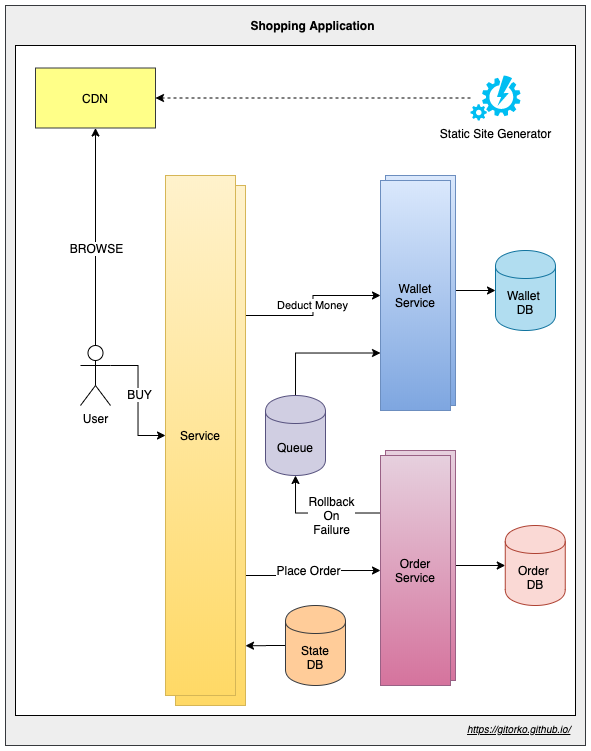
This is post/grokking-the-system-design-interview/shopping-application.png from gitorko/gitorko.github.io, a draw.io export, as it was before one commit. Source tidied: cells renumbered, new cells last; positions are measured from the earlier drawing's top-left corner, leaving out a move shared by most shapes.
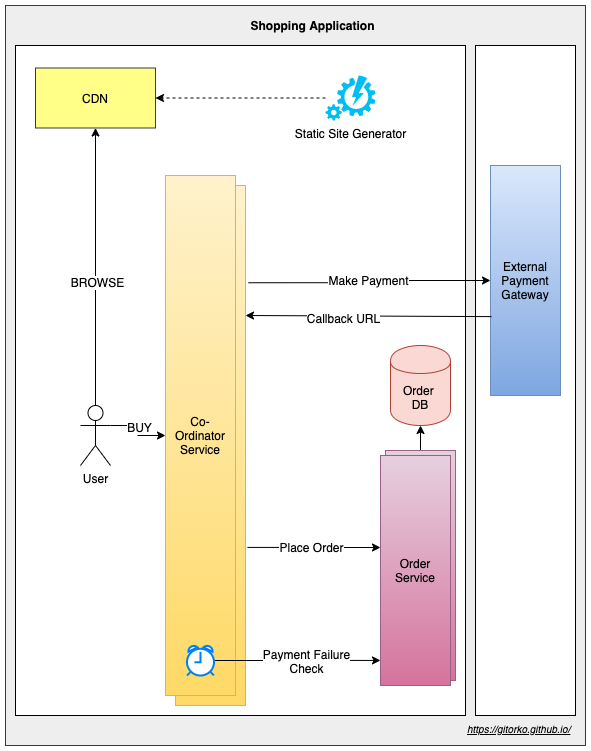
After the commit.

Diff of the diagram source:
```diff
@@ -5,8 +5,11 @@
     <mxCell id="2" style="rounded=0;whiteSpace=wrap;html=1;fillColor=#eeeeee;strokeColor=#36393d;" parent="1" vertex="1">
       <mxGeometry width="580" height="740" as="geometry" />
     </mxCell>
+    <mxCell id="33" style="rounded=0;whiteSpace=wrap;html=1;" parent="1" vertex="1">
+      <mxGeometry x="470" y="40" width="100" height="670" as="geometry" />
+    </mxCell>
     <mxCell id="3" style="rounded=0;whiteSpace=wrap;html=1;" parent="1" vertex="1">
-      <mxGeometry x="10" y="40" width="560" height="670" as="geometry" />
+      <mxGeometry x="10" y="40" width="450" height="670" as="geometry" />
     </mxCell>
     <mxCell id="4" style="edgeStyle=orthogonalEdgeStyle;rounded=0;jettySize=auto;html=1;" parent="1" edge="1" source="8" target="28">
       <mxGeometry relative="1" as="geometry" />
@@ -21,9 +24,9 @@
       <mxGeometry x="-0.1" y="1" relative="1" as="geometry" />
     </mxCell>
     <mxCell id="8" value="User" style="shape=umlActor;verticalLabelPosition=bottom;labelBackgroundColor=#ffffff;verticalAlign=top;html=1;outlineConnect=0;" parent="1" vertex="1">
-      <mxGeometry x="75" y="340" width="30" height="60" as="geometry" />
+      <mxGeometry x="75" y="400" width="30" height="60" as="geometry" />
     </mxCell>
-    <mxCell id="9" style="edgeStyle=orthogonalEdgeStyle;rounded=0;jettySize=auto;html=1;exitX=1;exitY=0.75;exitDx=0;exitDy=0;entryX=0;entryY=0.5;entryDx=0;entryDy=0;" parent="1" edge="1" source="12" target="25">
+    <mxCell id="9" style="edgeStyle=orthogonalEdgeStyle;rounded=0;jettySize=auto;html=1;exitX=1.029;exitY=0.696;exitDx=0;exitDy=0;entryX=0;entryY=0.4;entryDx=0;entryDy=0;exitPerimeter=0;entryPerimeter=0;" parent="1" edge="1" source="12" target="25">
       <mxGeometry relative="1" as="geometry" />
     </mxCell>
     <mxCell id="10" value="Place Order" style="text;html=1;align=center;verticalAlign=middle;labelBackgroundColor=#ffffff;" parent="9" vertex="1">
@@ -31,7 +34,7 @@
         <mxPoint x="-17" y="-1" as="offset" />
       </mxGeometry>
     </mxCell>
-    <mxCell id="11" value="Deduct Money" style="edgeStyle=orthogonalEdgeStyle;rounded=0;jettySize=auto;html=1;exitX=1;exitY=0.25;exitDx=0;exitDy=0;" parent="1" edge="1" source="12" target="22">
+    <mxCell id="11" value="&lt;font style=&quot;font-size: 12px&quot;&gt;Make Payment&lt;/font&gt;" style="edgeStyle=orthogonalEdgeStyle;rounded=0;jettySize=auto;html=1;exitX=1.043;exitY=0.187;exitDx=0;exitDy=0;exitPerimeter=0;" parent="1" edge="1" source="12" target="22">
       <mxGeometry relative="1" as="geometry" />
     </mxCell>
     <mxCell id="12" value="Service" style="rounded=0;whiteSpace=wrap;html=1;gradientColor=#ffd966;fillColor=#fff2cc;strokeColor=#d6b656;" parent="1" vertex="1">
@@ -43,36 +46,21 @@
     <mxCell id="14" value="&lt;i&gt;&lt;u&gt;&lt;font style=&quot;font-size: 10px&quot;&gt;https://gitorko.github.io/&lt;/font&gt;&lt;/u&gt;&lt;/i&gt;" style="text;html=1;" parent="1" vertex="1">
       <mxGeometry x="460" y="710" width="110" height="30" as="geometry" />
     </mxCell>
-    <mxCell id="15" value="Service" style="rounded=0;whiteSpace=wrap;html=1;gradientColor=#ffd966;fillColor=#fff2cc;strokeColor=#d6b656;" parent="1" vertex="1">
+    <mxCell id="15" value="Co-Ordinator Service" style="rounded=0;whiteSpace=wrap;html=1;gradientColor=#ffd966;fillColor=#fff2cc;strokeColor=#d6b656;" parent="1" vertex="1">
       <mxGeometry x="160" y="170" width="70" height="520" as="geometry" />
     </mxCell>
-    <mxCell id="16" style="edgeStyle=orthogonalEdgeStyle;rounded=0;jettySize=auto;html=1;" parent="1" edge="1" source="17" target="20">
-      <mxGeometry relative="1" as="geometry" />
-    </mxCell>
-    <mxCell id="17" value="Wallet Service" style="rounded=0;whiteSpace=wrap;html=1;gradientColor=#7ea6e0;fillColor=#dae8fc;strokeColor=#6c8ebf;" parent="1" vertex="1">
-      <mxGeometry x="380" y="170" width="70" height="230" as="geometry" />
-    </mxCell>
     <mxCell id="18" style="edgeStyle=orthogonalEdgeStyle;rounded=0;jettySize=auto;html=1;" parent="1" edge="1" source="19" target="21">
       <mxGeometry relative="1" as="geometry" />
     </mxCell>
     <mxCell id="19" value="Order Service" style="rounded=0;whiteSpace=wrap;html=1;gradientColor=#d5739d;fillColor=#e6d0de;strokeColor=#996185;" parent="1" vertex="1">
       <mxGeometry x="380" y="445" width="70" height="230" as="geometry" />
     </mxCell>
-    <mxCell id="20" value="Wallet &lt;br&gt;DB" style="shape=cylinder;whiteSpace=wrap;html=1;boundedLbl=1;backgroundOutline=1;fillColor=#b1ddf0;strokeColor=#10739e;" parent="1" vertex="1">
-      <mxGeometry x="490" y="245" width="60" height="80" as="geometry" />
-    </mxCell>
     <mxCell id="21" value="Order&amp;nbsp;&lt;br&gt;DB" style="shape=cylinder;whiteSpace=wrap;html=1;boundedLbl=1;backgroundOutline=1;fillColor=#fad9d5;strokeColor=#ae4132;" parent="1" vertex="1">
-      <mxGeometry x="499.8" y="520" width="60" height="80" as="geometry" />
+      <mxGeometry x="385" y="340" width="60" height="80" as="geometry" />
     </mxCell>
-    <mxCell id="22" value="Wallet Service" style="rounded=0;whiteSpace=wrap;html=1;gradientColor=#7ea6e0;fillColor=#dae8fc;strokeColor=#6c8ebf;" parent="1" vertex="1">
-      <mxGeometry x="375" y="175" width="70" height="230" as="geometry" />
+    <mxCell id="22" value="External Payment&lt;br&gt;Gateway" style="rounded=0;whiteSpace=wrap;html=1;gradientColor=#7ea6e0;fillColor=#dae8fc;strokeColor=#6c8ebf;" parent="1" vertex="1">
+      <mxGeometry x="485" y="160" width="70" height="230" as="geometry" />
     </mxCell>
-    <mxCell id="23" style="edgeStyle=orthogonalEdgeStyle;rounded=0;jettySize=auto;html=1;exitX=0;exitY=0.25;exitDx=0;exitDy=0;entryX=0.5;entryY=1;entryDx=0;entryDy=0;" parent="1" edge="1" source="25" target="30">
-      <mxGeometry relative="1" as="geometry" />
-    </mxCell>
-    <mxCell id="24" value="Rollback&lt;br&gt;On&lt;br&gt;Failure" style="text;html=1;align=center;verticalAlign=middle;labelBackgroundColor=#ffffff;" parent="23" vertex="1">
-      <mxGeometry x="-0.2" y="2" relative="1" as="geometry" />
-    </mxCell>
     <mxCell id="25" value="Order Service" style="rounded=0;whiteSpace=wrap;html=1;gradientColor=#d5739d;fillColor=#e6d0de;strokeColor=#996185;" parent="1" vertex="1">
       <mxGeometry x="375" y="450" width="70" height="230" as="geometry" />
     </mxCell>
@@ -80,22 +68,27 @@
       <mxGeometry relative="1" as="geometry" />
     </mxCell>
     <mxCell id="27" value="Static Site Generator" style="verticalLabelPosition=bottom;html=1;verticalAlign=top;align=center;strokeColor=none;fillColor=#00BEF2;shape=mxgraph.azure.automation;" parent="1" vertex="1">
-      <mxGeometry x="465" y="70" width="50" height="45" as="geometry" />
+      <mxGeometry x="320" y="70" width="50" height="45" as="geometry" />
     </mxCell>
     <mxCell id="28" value="CDN" style="rounded=0;whiteSpace=wrap;html=1;fillColor=#ffff88;strokeColor=#36393d;" parent="1" vertex="1">
       <mxGeometry x="30" y="62.5" width="120" height="60" as="geometry" />
     </mxCell>
-    <mxCell id="29" style="edgeStyle=orthogonalEdgeStyle;rounded=0;jettySize=auto;html=1;exitX=0.5;exitY=0;exitDx=0;exitDy=0;entryX=0;entryY=0.75;entryDx=0;entryDy=0;" parent="1" edge="1" source="30" target="22">
-      <mxGeometry relative="1" as="geometry" />
-    </mxCell>
-    <mxCell id="30" value="Queue" style="shape=cylinder;whiteSpace=wrap;html=1;boundedLbl=1;backgroundOutline=1;fillColor=#d0cee2;strokeColor=#56517e;" parent="1" vertex="1">
-      <mxGeometry x="260" y="390" width="60" height="80" as="geometry" />
-    </mxCell>
-    <mxCell id="31" style="edgeStyle=orthogonalEdgeStyle;rounded=0;jettySize=auto;html=1;entryX=1;entryY=0.885;entryDx=0;entryDy=0;entryPerimeter=0;" parent="1" edge="1" source="32" target="12">
-      <mxGeometry relative="1" as="geometry" />
-    </mxCell>
-    <mxCell id="32" value="State&lt;br&gt;DB" style="shape=cylinder;whiteSpace=wrap;html=1;boundedLbl=1;backgroundOutline=1;fillColor=#ffcc99;strokeColor=#36393d;" parent="1" vertex="1">
-      <mxGeometry x="280" y="600" width="60" height="80" as="geometry" />
-    </mxCell>
+    <mxCell id="34" style="edgeStyle=orthogonalEdgeStyle;rounded=0;jettySize=auto;html=1;entryX=0;entryY=0.891;entryDx=0;entryDy=0;entryPerimeter=0;" parent="1" edge="1" source="36" target="25">
+      <mxGeometry relative="1" as="geometry" />
+    </mxCell>
+    <mxCell id="35" value="Payment Failure&lt;br&gt;Check" style="text;html=1;align=center;verticalAlign=middle;labelBackgroundColor=#ffffff;" parent="34" vertex="1">
+      <mxGeometry x="-0.09" relative="1" as="geometry">
+        <mxPoint x="15.6" as="offset" />
+      </mxGeometry>
+    </mxCell>
+    <mxCell id="36" style="html=1;verticalLabelPosition=bottom;align=center;labelBackgroundColor=#ffffff;verticalAlign=top;strokeWidth=2;strokeColor=#0080F0;shadow=0;dashed=0;shape=mxgraph.ios7.icons.alarm_clock;" parent="1" vertex="1">
+      <mxGeometry x="181.5" y="640" width="27" height="30" as="geometry" />
+    </mxCell>
+    <mxCell id="37" style="endArrow=classic;html=1;exitX=0.014;exitY=0.657;exitDx=0;exitDy=0;exitPerimeter=0;entryX=1;entryY=0.25;entryDx=0;entryDy=0;" parent="1" edge="1" source="22" target="12">
+      <mxGeometry relative="1" as="geometry" />
+    </mxCell>
+    <mxCell id="38" value="&lt;font style=&quot;font-size: 12px&quot;&gt;Callback URL&lt;/font&gt;" style="text;html=1;align=center;verticalAlign=middle;labelBackgroundColor=#ffffff;" parent="37" vertex="1">
+      <mxGeometry x="0.2" y="2" relative="1" as="geometry" />
+    </mxCell>
   </root>
 </mxGraphModel>
```
